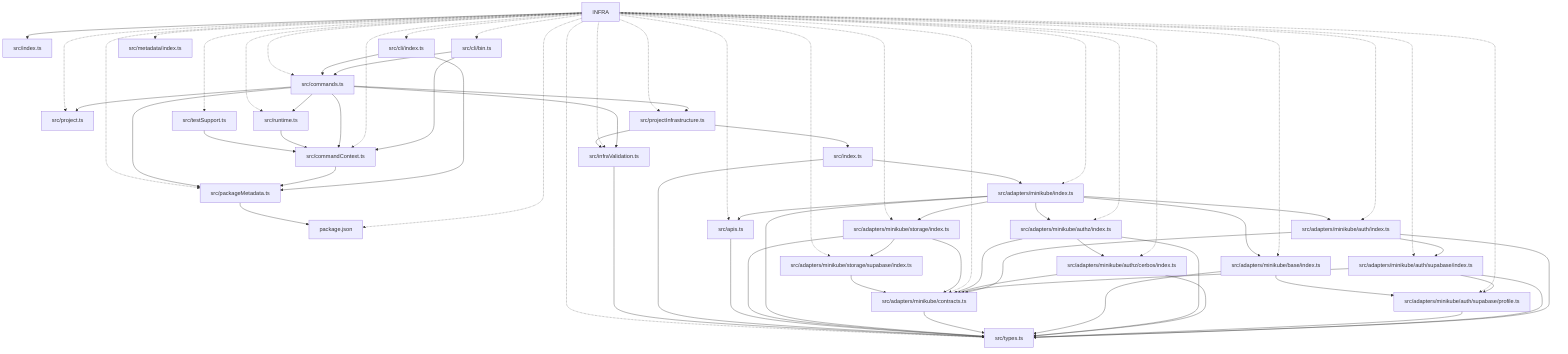
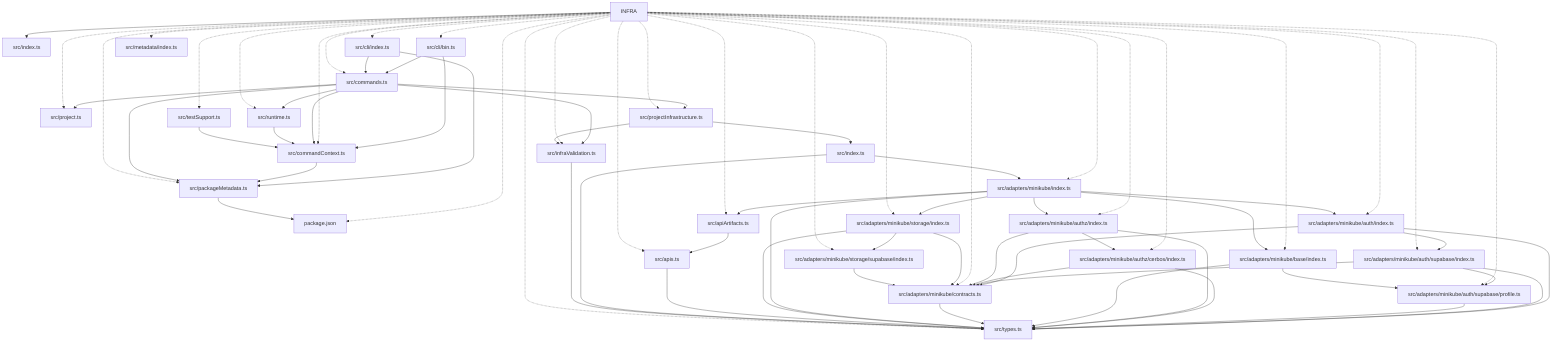
graph TD
  package__ankhorage_infra["INFRA"]
  entrypoint_src_index_ts["src/index.ts"]
  package__ankhorage_infra --> entrypoint_src_index_ts
  module_package_json["package.json"]
  package__ankhorage_infra -.-> module_package_json
  module_src_adapters_minikube_auth_index_ts["src/adapters/minikube/auth/index.ts"]
  package__ankhorage_infra -.-> module_src_adapters_minikube_auth_index_ts
  module_src_adapters_minikube_auth_index_ts --> module_src_adapters_minikube_auth_supabase_index_ts
  module_src_adapters_minikube_auth_index_ts --> module_src_adapters_minikube_contracts_ts
  module_src_adapters_minikube_auth_index_ts --> module_src_types_ts
  module_src_adapters_minikube_auth_supabase_index_ts["src/adapters/minikube/auth/supabase/index.ts"]
  package__ankhorage_infra -.-> module_src_adapters_minikube_auth_supabase_index_ts
  module_src_adapters_minikube_auth_supabase_index_ts --> module_src_adapters_minikube_auth_supabase_profile_ts
  module_src_adapters_minikube_auth_supabase_index_ts --> module_src_adapters_minikube_contracts_ts
  module_src_adapters_minikube_auth_supabase_index_ts --> module_src_types_ts
  module_src_adapters_minikube_auth_supabase_profile_ts["src/adapters/minikube/auth/supabase/profile.ts"]
  package__ankhorage_infra -.-> module_src_adapters_minikube_auth_supabase_profile_ts
  module_src_adapters_minikube_auth_supabase_profile_ts --> module_src_types_ts
  module_src_adapters_minikube_authz_cerbos_index_ts["src/adapters/minikube/authz/cerbos/index.ts"]
  package__ankhorage_infra -.-> module_src_adapters_minikube_authz_cerbos_index_ts
  module_src_adapters_minikube_authz_cerbos_index_ts --> module_src_adapters_minikube_contracts_ts
  module_src_adapters_minikube_authz_cerbos_index_ts --> module_src_types_ts
  module_src_adapters_minikube_authz_index_ts["src/adapters/minikube/authz/index.ts"]
  package__ankhorage_infra -.-> module_src_adapters_minikube_authz_index_ts
  module_src_adapters_minikube_authz_index_ts --> module_src_adapters_minikube_authz_cerbos_index_ts
  module_src_adapters_minikube_authz_index_ts --> module_src_adapters_minikube_contracts_ts
  module_src_adapters_minikube_authz_index_ts --> module_src_types_ts
  module_src_adapters_minikube_base_index_ts["src/adapters/minikube/base/index.ts"]
  package__ankhorage_infra -.-> module_src_adapters_minikube_base_index_ts
  module_src_adapters_minikube_base_index_ts --> module_src_adapters_minikube_auth_supabase_profile_ts
  module_src_adapters_minikube_base_index_ts --> module_src_types_ts
  module_src_adapters_minikube_contracts_ts["src/adapters/minikube/contracts.ts"]
  package__ankhorage_infra -.-> module_src_adapters_minikube_contracts_ts
  module_src_adapters_minikube_contracts_ts --> module_src_types_ts
  module_src_adapters_minikube_index_ts["src/adapters/minikube/index.ts"]
  package__ankhorage_infra -.-> module_src_adapters_minikube_index_ts
  module_src_adapters_minikube_index_ts --> module_src_adapters_minikube_auth_index_ts
  module_src_adapters_minikube_index_ts --> module_src_adapters_minikube_authz_index_ts
  module_src_adapters_minikube_index_ts --> module_src_adapters_minikube_base_index_ts
  module_src_adapters_minikube_index_ts --> module_src_adapters_minikube_storage_index_ts
-   module_src_adapters_minikube_index_ts --> module_src_apis_ts
+   module_src_adapters_minikube_index_ts --> module_src_apiArtifacts_ts
  module_src_adapters_minikube_index_ts --> module_src_types_ts
  module_src_adapters_minikube_storage_index_ts["src/adapters/minikube/storage/index.ts"]
  package__ankhorage_infra -.-> module_src_adapters_minikube_storage_index_ts
  module_src_adapters_minikube_storage_index_ts --> module_src_adapters_minikube_contracts_ts
  module_src_adapters_minikube_storage_index_ts --> module_src_adapters_minikube_storage_supabase_index_ts
  module_src_adapters_minikube_storage_index_ts --> module_src_types_ts
  module_src_adapters_minikube_storage_supabase_index_ts["src/adapters/minikube/storage/supabase/index.ts"]
  package__ankhorage_infra -.-> module_src_adapters_minikube_storage_supabase_index_ts
  module_src_adapters_minikube_storage_supabase_index_ts --> module_src_adapters_minikube_contracts_ts
+   module_src_apiArtifacts_ts["src/apiArtifacts.ts"]
+   package__ankhorage_infra -.-> module_src_apiArtifacts_ts
+   module_src_apiArtifacts_ts --> module_src_apis_ts
  module_src_apis_ts["src/apis.ts"]
  package__ankhorage_infra -.-> module_src_apis_ts
  module_src_apis_ts --> module_src_types_ts
  module_src_cli_bin_ts["src/cli/bin.ts"]
  package__ankhorage_infra -.-> module_src_cli_bin_ts
  module_src_cli_bin_ts --> module_src_commandContext_ts
  module_src_cli_bin_ts --> module_src_commands_ts
  module_src_cli_index_ts["src/cli/index.ts"]
  package__ankhorage_infra -.-> module_src_cli_index_ts
  module_src_cli_index_ts --> module_src_commands_ts
  module_src_cli_index_ts --> module_src_packageMetadata_ts
  module_src_commandContext_ts["src/commandContext.ts"]
  package__ankhorage_infra -.-> module_src_commandContext_ts
  module_src_commandContext_ts --> module_src_packageMetadata_ts
  module_src_commands_ts["src/commands.ts"]
  package__ankhorage_infra -.-> module_src_commands_ts
  module_src_commands_ts --> module_src_commandContext_ts
  module_src_commands_ts --> module_src_infraValidation_ts
  module_src_commands_ts --> module_src_packageMetadata_ts
  module_src_commands_ts --> module_src_project_ts
  module_src_commands_ts --> module_src_projectInfrastructure_ts
  module_src_commands_ts --> module_src_runtime_ts
  module_src_index_ts["src/index.ts"]
  module_src_index_ts --> module_src_adapters_minikube_index_ts
  module_src_index_ts --> module_src_types_ts
  module_src_infraValidation_ts["src/infraValidation.ts"]
  package__ankhorage_infra -.-> module_src_infraValidation_ts
  module_src_infraValidation_ts --> module_src_types_ts
  module_src_metadata_index_ts["src/metadata/index.ts"]
  package__ankhorage_infra -.-> module_src_metadata_index_ts
  module_src_packageMetadata_ts["src/packageMetadata.ts"]
  package__ankhorage_infra -.-> module_src_packageMetadata_ts
  module_src_packageMetadata_ts --> module_package_json
  module_src_project_ts["src/project.ts"]
  package__ankhorage_infra -.-> module_src_project_ts
  module_src_projectInfrastructure_ts["src/projectInfrastructure.ts"]
  package__ankhorage_infra -.-> module_src_projectInfrastructure_ts
  module_src_projectInfrastructure_ts --> module_src_index_ts
  module_src_projectInfrastructure_ts --> module_src_infraValidation_ts
  module_src_runtime_ts["src/runtime.ts"]
  package__ankhorage_infra -.-> module_src_runtime_ts
  module_src_runtime_ts --> module_src_commandContext_ts
  module_src_testSupport_ts["src/testSupport.ts"]
  package__ankhorage_infra -.-> module_src_testSupport_ts
  module_src_testSupport_ts --> module_src_commandContext_ts
  module_src_types_ts["src/types.ts"]
  package__ankhorage_infra -.-> module_src_types_ts
